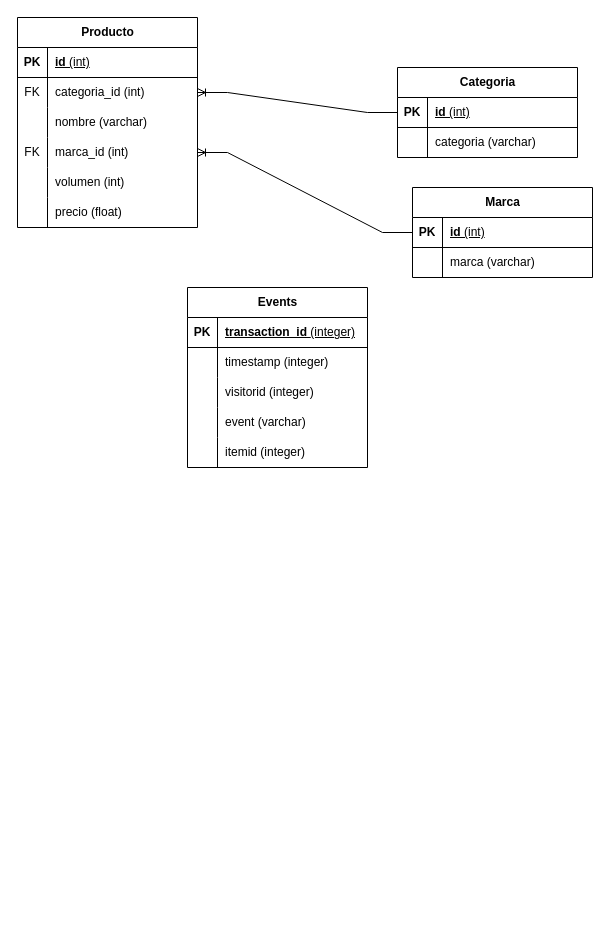
Above: ER_Boozemart.drawio in DiggsPapu/lab2_MLE (draw.io), before the change. Source tidied: cells renumbered, new cells numbered last; positions are measured from the earlier drawing's top-left corner, leaving out a move shared by most shapes. Both pictures are drawn from the tidied source at 100%, with x=0, y=0 at pixel (17, 17).
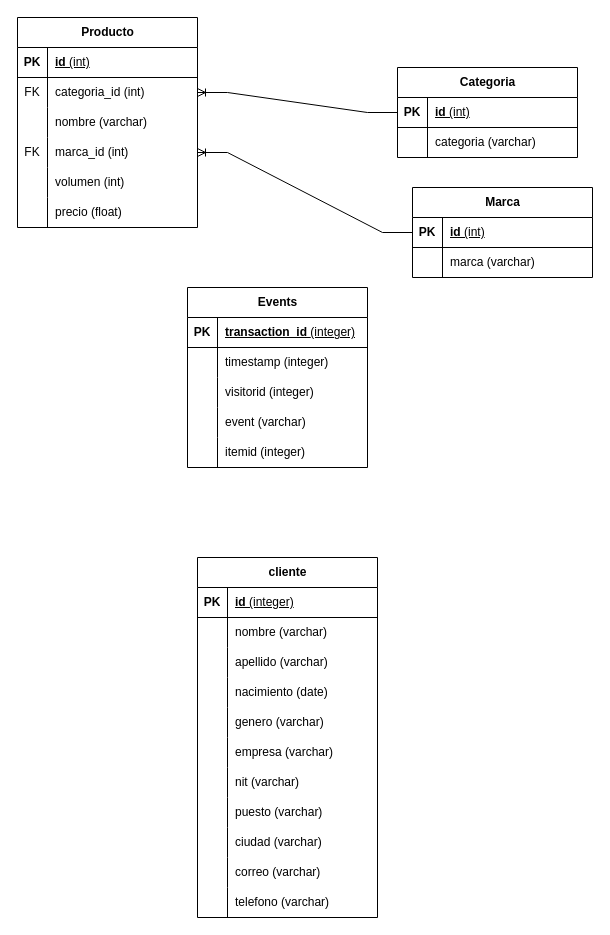
The same diagram, later.

Commit message:
feat: add tabla cliente

Diff of the diagram source:
```diff
@@
+    <mxCell id="53" value="cliente" style="shape=table;startSize=30;childLayout=tableLayout;rowLines=0;fontStyle=1;align=center;html=1;" parent="1" vertex="1">
+      <mxGeometry x="180" y="540" width="180" height="360" as="geometry" />
+    </mxCell>
+    <mxCell id="54" style="shape=tableRow;horizontal=0;startSize=0;swimlaneHead=0;swimlaneBody=0;fillColor=none;top=0;left=0;right=0;bottom=1;" parent="53" vertex="1">
+      <mxGeometry y="30" width="180" height="30" as="geometry" />
+    </mxCell>
+    <mxCell id="55" value="PK" style="shape=partialRectangle;fillColor=none;top=0;left=0;bottom=0;right=0;fontStyle=1;overflow=hidden;whiteSpace=wrap;html=1;" parent="54" vertex="1">
+      <mxGeometry width="30" height="30" as="geometry" />
+    </mxCell>
+    <mxCell id="56" value="id &lt;span style=&quot;font-weight: normal;&quot;&gt;(integer)&lt;/span&gt;" style="shape=partialRectangle;fillColor=none;top=0;left=0;bottom=0;right=0;align=left;spacingLeft=6;fontStyle=5;overflow=hidden;whiteSpace=wrap;html=1;" parent="54" vertex="1">
+      <mxGeometry x="30" width="150" height="30" as="geometry" />
+    </mxCell>
+    <mxCell id="57" style="shape=tableRow;horizontal=0;startSize=0;swimlaneHead=0;swimlaneBody=0;fillColor=none;top=0;left=0;right=0;bottom=0;" parent="53" vertex="1">
+      <mxGeometry y="60" width="180" height="30" as="geometry" />
+    </mxCell>
+    <mxCell id="58" style="shape=partialRectangle;fillColor=none;top=0;left=0;bottom=0;right=0;overflow=hidden;whiteSpace=wrap;html=1;" parent="57" vertex="1">
+      <mxGeometry width="30" height="30" as="geometry" />
+    </mxCell>
+    <mxCell id="59" value="nombre (varchar)" style="shape=partialRectangle;fillColor=none;top=0;left=0;bottom=0;right=0;align=left;spacingLeft=6;overflow=hidden;whiteSpace=wrap;html=1;" parent="57" vertex="1">
+      <mxGeometry x="30" width="150" height="30" as="geometry" />
+    </mxCell>
+    <mxCell id="60" style="shape=tableRow;horizontal=0;startSize=0;swimlaneHead=0;swimlaneBody=0;fillColor=none;top=0;left=0;right=0;bottom=0;" parent="53" vertex="1">
+      <mxGeometry y="90" width="180" height="30" as="geometry" />
+    </mxCell>
+    <mxCell id="61" style="shape=partialRectangle;fillColor=none;top=0;left=0;bottom=0;right=0;overflow=hidden;whiteSpace=wrap;html=1;" parent="60" vertex="1">
+      <mxGeometry width="30" height="30" as="geometry" />
+    </mxCell>
+    <mxCell id="62" value="apellido (varchar)" style="shape=partialRectangle;fillColor=none;top=0;left=0;bottom=0;right=0;align=left;spacingLeft=6;overflow=hidden;whiteSpace=wrap;html=1;" parent="60" vertex="1">
+      <mxGeometry x="30" width="150" height="30" as="geometry" />
+    </mxCell>
+    <mxCell id="63" style="shape=tableRow;horizontal=0;startSize=0;swimlaneHead=0;swimlaneBody=0;fillColor=none;top=0;left=0;right=0;bottom=0;" parent="53" vertex="1">
+      <mxGeometry y="120" width="180" height="30" as="geometry" />
+    </mxCell>
+    <mxCell id="64" style="shape=partialRectangle;fillColor=none;top=0;left=0;bottom=0;right=0;overflow=hidden;whiteSpace=wrap;html=1;" parent="63" vertex="1">
+      <mxGeometry width="30" height="30" as="geometry" />
+    </mxCell>
+    <mxCell id="65" value="nacimiento (date)" style="shape=partialRectangle;fillColor=none;top=0;left=0;bottom=0;right=0;align=left;spacingLeft=6;overflow=hidden;whiteSpace=wrap;html=1;" parent="63" vertex="1">
+      <mxGeometry x="30" width="150" height="30" as="geometry" />
+    </mxCell>
+    <mxCell id="66" style="shape=tableRow;horizontal=0;startSize=0;swimlaneHead=0;swimlaneBody=0;fillColor=none;top=0;left=0;right=0;bottom=0;" parent="53" vertex="1">
+      <mxGeometry y="150" width="180" height="30" as="geometry" />
+    </mxCell>
+    <mxCell id="67" style="shape=partialRectangle;fillColor=none;top=0;left=0;bottom=0;right=0;overflow=hidden;whiteSpace=wrap;html=1;" parent="66" vertex="1">
+      <mxGeometry width="30" height="30" as="geometry" />
+    </mxCell>
+    <mxCell id="68" value="genero (varchar)" style="shape=partialRectangle;fillColor=none;top=0;left=0;bottom=0;right=0;align=left;spacingLeft=6;overflow=hidden;whiteSpace=wrap;html=1;" parent="66" vertex="1">
+      <mxGeometry x="30" width="150" height="30" as="geometry" />
+    </mxCell>
+    <mxCell id="69" style="shape=tableRow;horizontal=0;startSize=0;swimlaneHead=0;swimlaneBody=0;fillColor=none;top=0;left=0;right=0;bottom=0;" parent="53" vertex="1">
+      <mxGeometry y="180" width="180" height="30" as="geometry" />
+    </mxCell>
+    <mxCell id="70" style="shape=partialRectangle;fillColor=none;top=0;left=0;bottom=0;right=0;overflow=hidden;whiteSpace=wrap;html=1;" parent="69" vertex="1">
+      <mxGeometry width="30" height="30" as="geometry" />
+    </mxCell>
+    <mxCell id="71" value="empresa (varchar)" style="shape=partialRectangle;fillColor=none;top=0;left=0;bottom=0;right=0;align=left;spacingLeft=6;overflow=hidden;whiteSpace=wrap;html=1;" parent="69" vertex="1">
+      <mxGeometry x="30" width="150" height="30" as="geometry" />
+    </mxCell>
+    <mxCell id="72" style="shape=tableRow;horizontal=0;startSize=0;swimlaneHead=0;swimlaneBody=0;fillColor=none;top=0;left=0;right=0;bottom=0;" parent="53" vertex="1">
+      <mxGeometry y="210" width="180" height="30" as="geometry" />
+    </mxCell>
+    <mxCell id="73" style="shape=partialRectangle;fillColor=none;top=0;left=0;bottom=0;right=0;overflow=hidden;whiteSpace=wrap;html=1;" parent="72" vertex="1">
+      <mxGeometry width="30" height="30" as="geometry" />
+    </mxCell>
+    <mxCell id="74" value="nit (varchar)" style="shape=partialRectangle;fillColor=none;top=0;left=0;bottom=0;right=0;align=left;spacingLeft=6;overflow=hidden;whiteSpace=wrap;html=1;" parent="72" vertex="1">
+      <mxGeometry x="30" width="150" height="30" as="geometry" />
+    </mxCell>
+    <mxCell id="75" style="shape=tableRow;horizontal=0;startSize=0;swimlaneHead=0;swimlaneBody=0;fillColor=none;top=0;left=0;right=0;bottom=0;" parent="53" vertex="1">
+      <mxGeometry y="240" width="180" height="30" as="geometry" />
+    </mxCell>
+    <mxCell id="76" style="shape=partialRectangle;fillColor=none;top=0;left=0;bottom=0;right=0;overflow=hidden;whiteSpace=wrap;html=1;" parent="75" vertex="1">
+      <mxGeometry width="30" height="30" as="geometry" />
+    </mxCell>
+    <mxCell id="77" value="puesto (varchar)" style="shape=partialRectangle;fillColor=none;top=0;left=0;bottom=0;right=0;align=left;spacingLeft=6;overflow=hidden;whiteSpace=wrap;html=1;" parent="75" vertex="1">
+      <mxGeometry x="30" width="150" height="30" as="geometry" />
+    </mxCell>
+    <mxCell id="78" style="shape=tableRow;horizontal=0;startSize=0;swimlaneHead=0;swimlaneBody=0;fillColor=none;top=0;left=0;right=0;bottom=0;" parent="53" vertex="1">
+      <mxGeometry y="270" width="180" height="30" as="geometry" />
+    </mxCell>
+    <mxCell id="79" style="shape=partialRectangle;fillColor=none;top=0;left=0;bottom=0;right=0;overflow=hidden;whiteSpace=wrap;html=1;" parent="78" vertex="1">
+      <mxGeometry width="30" height="30" as="geometry" />
+    </mxCell>
+    <mxCell id="80" value="ciudad (varchar)" style="shape=partialRectangle;fillColor=none;top=0;left=0;bottom=0;right=0;align=left;spacingLeft=6;overflow=hidden;whiteSpace=wrap;html=1;" parent="78" vertex="1">
+      <mxGeometry x="30" width="150" height="30" as="geometry" />
+    </mxCell>
+    <mxCell id="81" style="shape=tableRow;horizontal=0;startSize=0;swimlaneHead=0;swimlaneBody=0;fillColor=none;top=0;left=0;right=0;bottom=0;" parent="53" vertex="1">
+      <mxGeometry y="300" width="180" height="30" as="geometry" />
+    </mxCell>
+    <mxCell id="82" style="shape=partialRectangle;fillColor=none;top=0;left=0;bottom=0;right=0;overflow=hidden;whiteSpace=wrap;html=1;" parent="81" vertex="1">
+      <mxGeometry width="30" height="30" as="geometry" />
+    </mxCell>
+    <mxCell id="83" value="correo (varchar)" style="shape=partialRectangle;fillColor=none;top=0;left=0;bottom=0;right=0;align=left;spacingLeft=6;overflow=hidden;whiteSpace=wrap;html=1;" parent="81" vertex="1">
+      <mxGeometry x="30" width="150" height="30" as="geometry" />
+    </mxCell>
+    <mxCell id="84" style="shape=tableRow;horizontal=0;startSize=0;swimlaneHead=0;swimlaneBody=0;fillColor=none;top=0;left=0;right=0;bottom=0;" parent="53" vertex="1">
+      <mxGeometry y="330" width="180" height="30" as="geometry" />
+    </mxCell>
+    <mxCell id="85" style="shape=partialRectangle;fillColor=none;top=0;left=0;bottom=0;right=0;overflow=hidden;whiteSpace=wrap;html=1;" parent="84" vertex="1">
+      <mxGeometry width="30" height="30" as="geometry" />
+    </mxCell>
+    <mxCell id="86" value="telefono (varchar)" style="shape=partialRectangle;fillColor=none;top=0;left=0;bottom=0;right=0;align=left;spacingLeft=6;overflow=hidden;whiteSpace=wrap;html=1;" parent="84" vertex="1">
+      <mxGeometry x="30" width="150" height="30" as="geometry" />
+    </mxCell>
```
